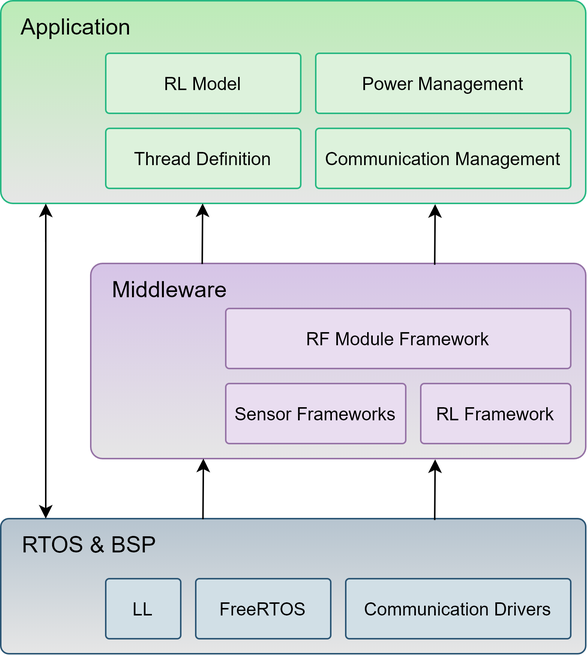
Above: 2. Analysis/4. Software Architecture/software_architecture_local.png in esrg-silent-howl/zephyrus (draw.io), before the change. Source tidied: cells renumbered, new cells last; positions are measured from the earlier drawing's top-left corner, leaving out a move shared by most shapes.
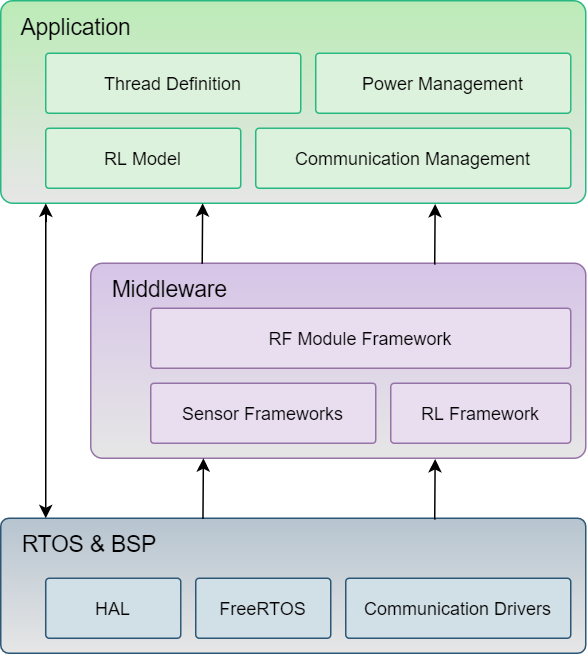
Later version of the same file.

Change to the diagram source:
```diff
@@ -18,22 +18,22 @@
       <mxGeometry x="130" y="385" width="90" height="40" as="geometry" />
     </mxCell>
     <mxCell id="7" value="&lt;font style=&quot;font-size: 12px&quot;&gt;Communication Management&lt;/font&gt;" style="rounded=1;whiteSpace=wrap;html=1;align=center;verticalAlign=middle;arcSize=6;strokeColor=#27B882;fillColor=#DDF2DC;" parent="1" vertex="1">
-      <mxGeometry x="210" y="85" width="170" height="40" as="geometry" />
+      <mxGeometry x="170" y="85" width="210" height="40" as="geometry" />
     </mxCell>
     <mxCell id="8" value="RF Module Framework" style="rounded=1;whiteSpace=wrap;html=1;align=center;verticalAlign=middle;arcSize=6;strokeColor=#9673a6;fillColor=#E9DDF0;" parent="1" vertex="1">
-      <mxGeometry x="150" y="205" width="230" height="40" as="geometry" />
+      <mxGeometry x="100" y="205" width="280" height="40" as="geometry" />
     </mxCell>
     <mxCell id="9" value="RL Framework" style="rounded=1;whiteSpace=wrap;html=1;align=center;verticalAlign=middle;arcSize=6;strokeColor=#9673a6;fillColor=#E9DDF0;" parent="1" vertex="1">
-      <mxGeometry x="280" y="255" width="100" height="40" as="geometry" />
+      <mxGeometry x="260" y="255" width="120" height="40" as="geometry" />
     </mxCell>
     <mxCell id="10" value="Thread Definition" style="rounded=1;whiteSpace=wrap;html=1;align=center;verticalAlign=middle;arcSize=6;strokeColor=#27B882;fillColor=#DDF2DC;" parent="1" vertex="1">
-      <mxGeometry x="70" y="85" width="130" height="40" as="geometry" />
+      <mxGeometry x="30" y="35" width="170" height="40" as="geometry" />
     </mxCell>
     <mxCell id="11" value="Power Management" style="rounded=1;whiteSpace=wrap;html=1;align=center;verticalAlign=middle;arcSize=6;strokeColor=#27B882;fillColor=#DDF2DC;" parent="1" vertex="1">
       <mxGeometry x="210" y="35" width="170" height="40" as="geometry" />
     </mxCell>
     <mxCell id="12" value="RL Model" style="rounded=1;whiteSpace=wrap;html=1;align=center;verticalAlign=middle;arcSize=6;strokeColor=#27B882;fillColor=#DDF2DC;" parent="1" vertex="1">
-      <mxGeometry x="70" y="35" width="130" height="40" as="geometry" />
+      <mxGeometry x="30" y="85" width="130" height="40" as="geometry" />
     </mxCell>
     <mxCell id="13" style="rounded=0;orthogonalLoop=1;jettySize=auto;html=1;startArrow=classic;startFill=1;fontSize=16;endArrow=none;endFill=0;entryX=0.249;entryY=0.004;entryDx=0;entryDy=0;entryPerimeter=0;" parent="1" edge="1">
       <mxGeometry relative="1" as="geometry">
@@ -64,11 +64,11 @@
         <mxPoint x="289.3" y="175.9" as="targetPoint" />
       </mxGeometry>
     </mxCell>
-    <mxCell id="18" value="LL" style="rounded=1;whiteSpace=wrap;html=1;align=center;verticalAlign=middle;arcSize=6;strokeColor=#2C5675;fillColor=#D1DFE6;" parent="1" vertex="1">
-      <mxGeometry x="70" y="385" width="50" height="40" as="geometry" />
+    <mxCell id="18" value="HAL" style="rounded=1;whiteSpace=wrap;html=1;align=center;verticalAlign=middle;arcSize=6;strokeColor=#2C5675;fillColor=#D1DFE6;" parent="1" vertex="1">
+      <mxGeometry x="30" y="385" width="90" height="40" as="geometry" />
     </mxCell>
     <mxCell id="19" value="Sensor Frameworks" style="rounded=1;whiteSpace=wrap;html=1;align=center;verticalAlign=middle;arcSize=6;strokeColor=#9673a6;fillColor=#E9DDF0;" parent="1" vertex="1">
-      <mxGeometry x="150" y="255" width="120" height="40" as="geometry" />
+      <mxGeometry x="100" y="255" width="150" height="40" as="geometry" />
     </mxCell>
   </root>
 </mxGraphModel>
```
